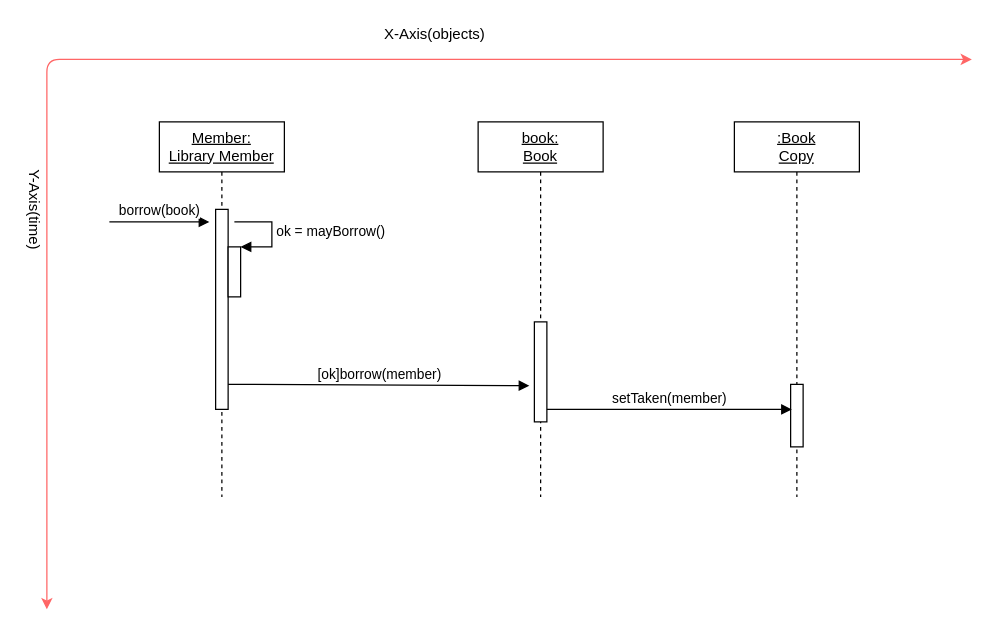
Before: sequence_2.drawio in SudipAdh/software-engineering-visio, a draw.io diagram. Source tidied: cells renumbered, new cells numbered last; positions are measured from the earlier drawing's top-left corner, leaving out a move shared by most shapes. Both pictures are drawn from the tidied source at 125%, with x=0, y=0 at pixel (-16, 21).
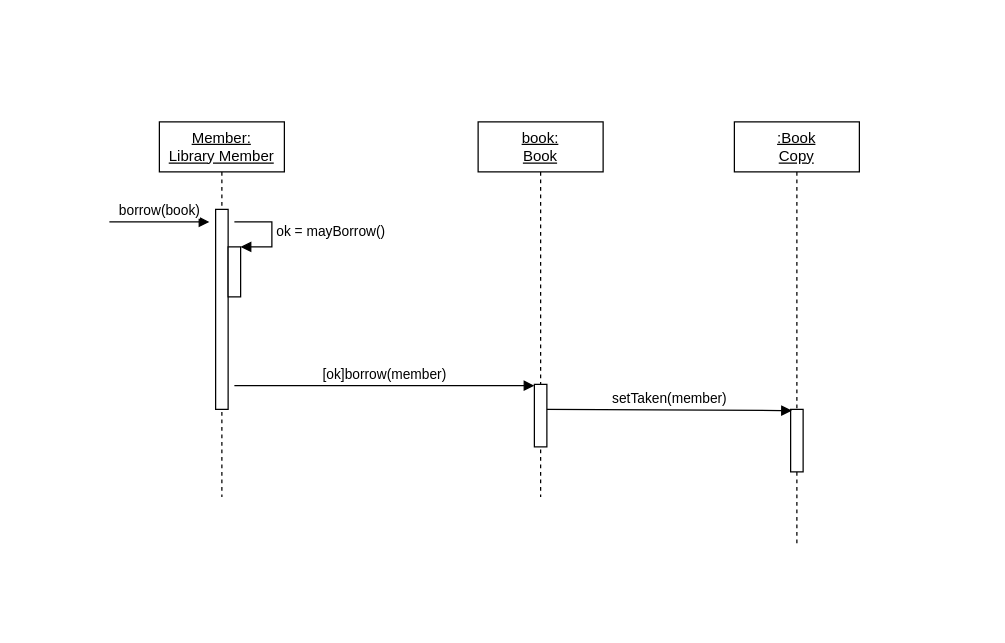
After the change.

The edit, as a diff of the source:
```diff
@@
-    <mxCell id="2" style="endArrow=classic;startArrow=classic;html=1;fillColor=#FF6666;strokeColor=#FF6666;" parent="1" edge="1">
-      <mxGeometry relative="1" as="geometry">
-        <mxPoint x="50" y="470" as="sourcePoint" />
-        <mxPoint x="790" y="30" as="targetPoint" />
-        <Array as="points">
-          <mxPoint x="50" y="30" />
-        </Array>
-      </mxGeometry>
-    </mxCell>
@@
     <mxCell id="5" value="&lt;u&gt;:Book&lt;br&gt;Copy&lt;/u&gt;" style="shape=umlLifeline;perimeter=lifelinePerimeter;whiteSpace=wrap;html=1;" parent="1" vertex="1">
-      <mxGeometry x="600" y="80" width="100" height="300" as="geometry" />
+      <mxGeometry x="600" y="80" width="100" height="340" as="geometry" />
     </mxCell>
@@
     <mxCell id="7" style="html=1;points=[];perimeter=orthogonalPerimeter;" parent="1" vertex="1">
-      <mxGeometry x="440" y="240" width="10" height="80" as="geometry" />
+      <mxGeometry x="440" y="290" width="10" height="50" as="geometry" />
     </mxCell>
     <mxCell id="8" style="html=1;points=[];perimeter=orthogonalPerimeter;" parent="1" vertex="1">
-      <mxGeometry x="645" y="290" width="10" height="50" as="geometry" />
+      <mxGeometry x="645" y="310" width="10" height="50" as="geometry" />
     </mxCell>
@@
+    <mxCell id="13" value="setTaken(member)&lt;br&gt;" style="html=1;verticalAlign=bottom;endArrow=block;strokeColor=#000000;fillColor=#FF6666;entryX=0.1;entryY=0.02;entryDx=0;entryDy=0;entryPerimeter=0;" parent="1" edge="1" target="8">
+      <mxGeometry relative="1" as="geometry">
+        <mxPoint x="450" y="310" as="sourcePoint" />
+      </mxGeometry>
+    </mxCell>
-    <mxCell id="12" value="[ok]borrow(member)&lt;br&gt;" style="html=1;verticalAlign=bottom;endArrow=block;strokeColor=#000000;fillColor=#FF6666;entryX=-0.4;entryY=0.638;entryDx=0;entryDy=0;entryPerimeter=0;" parent="1" edge="1" target="7">
+    <mxCell id="12" value="[ok]borrow(member)&lt;br&gt;" style="html=1;verticalAlign=bottom;endArrow=block;strokeColor=#000000;fillColor=#FF6666;" parent="1" edge="1">
       <mxGeometry relative="1" as="geometry">
-        <mxPoint x="195" y="290" as="sourcePoint" />
+        <mxPoint x="200" y="291" as="sourcePoint" />
+        <mxPoint x="440" y="291" as="targetPoint" />
+        <Array as="points">
+          <mxPoint x="390" y="291" />
+          <mxPoint x="410" y="291" />
+        </Array>
       </mxGeometry>
     </mxCell>
-    <mxCell id="13" value="setTaken(member)&lt;br&gt;" style="html=1;verticalAlign=bottom;endArrow=block;strokeColor=#000000;fillColor=#FF6666;entryX=0.1;entryY=0.4;entryDx=0;entryDy=0;entryPerimeter=0;" parent="1" edge="1" target="8">
-      <mxGeometry relative="1" as="geometry">
-        <mxPoint x="450" y="310" as="sourcePoint" />
-      </mxGeometry>
-    </mxCell>
-    <mxCell id="14" value="X-Axis(objects)" style="text;html=1;align=center;verticalAlign=middle;strokeColor=none;fillColor=none;" parent="1" vertex="1">
-      <mxGeometry x="310" width="100" height="20" as="geometry" />
-    </mxCell>
-    <mxCell id="15" value="Y-Axis(time)" style="text;html=1;align=center;verticalAlign=middle;strokeColor=none;fillColor=none;rotation=90;" parent="1" vertex="1">
-      <mxGeometry y="140" width="80" height="20" as="geometry" />
-    </mxCell>
```
